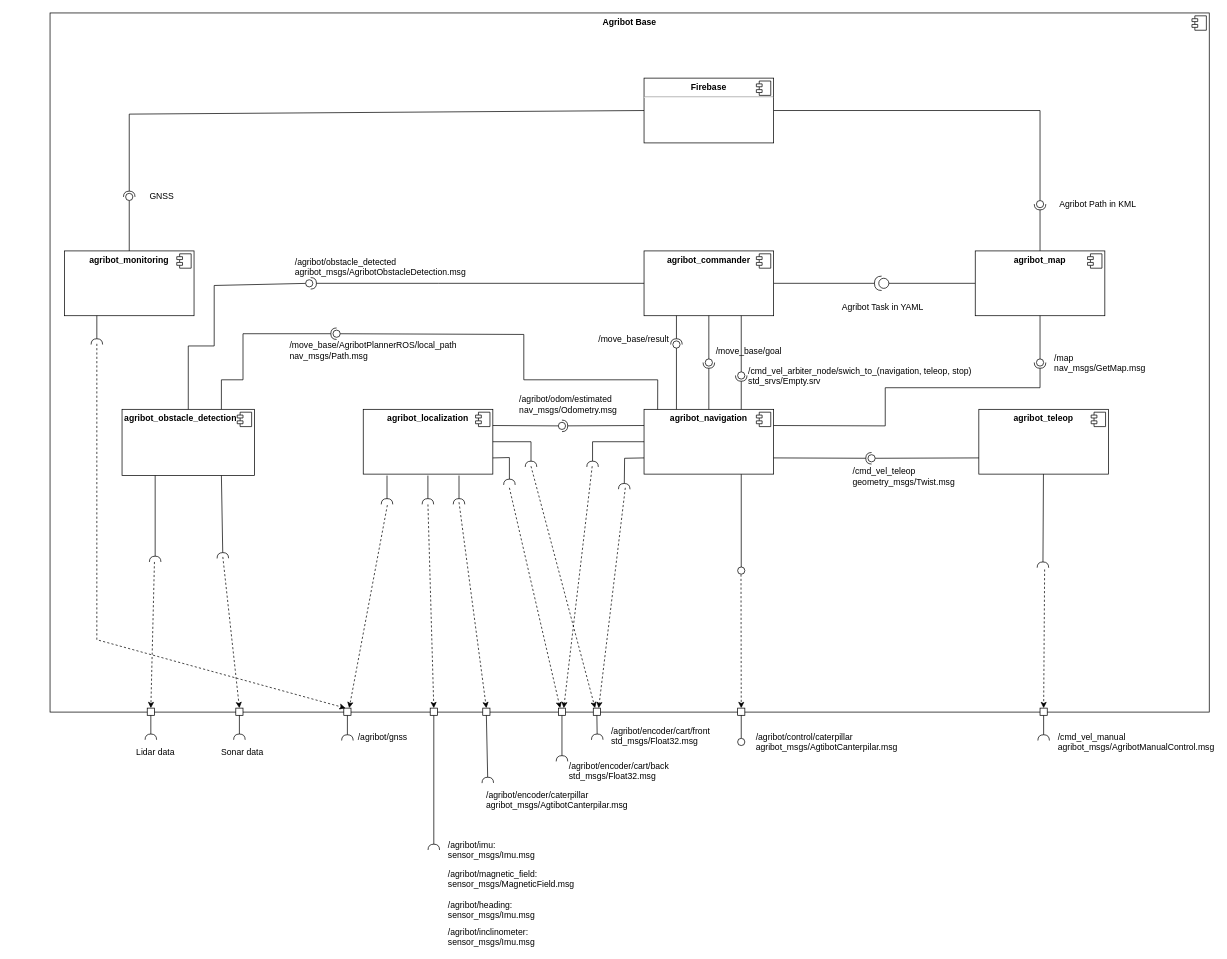
The draw.io diagram doc/architecture.drawio in agribot-2-0/agribot_base, before the edit. Source tidied: cells renumbered, new cells numbered last; positions are measured from the earlier drawing's top-left corner, leaving out a move shared by most shapes. Both pictures are drawn from the tidied source at 72%, with x=0, y=0 at pixel (50, 12).
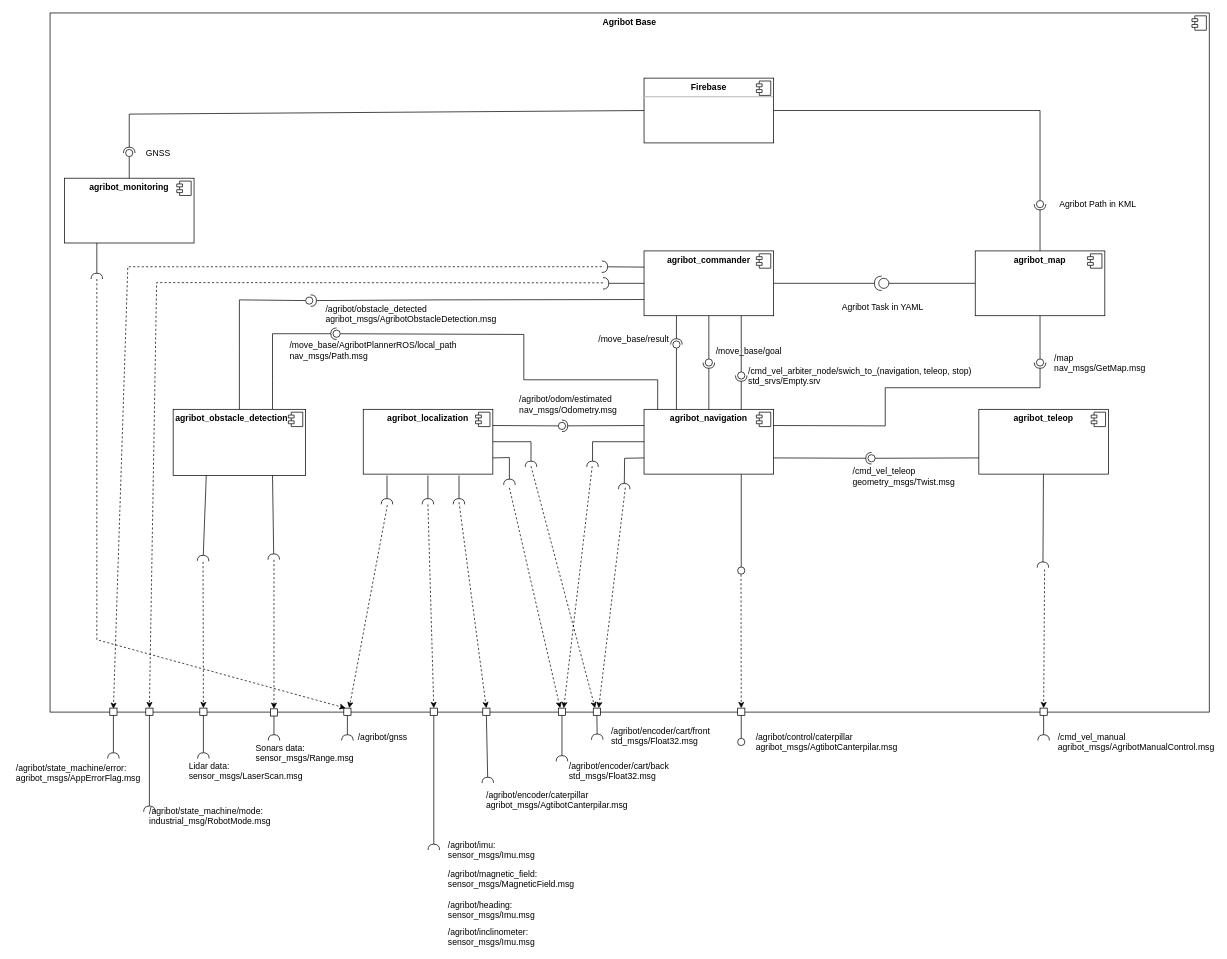
After the change.

The change refers to these unchanged cells:
```xml
<mxCell id="2" value="&lt;p style=&quot;margin: 0px ; margin-top: 6px ; text-align: center&quot;&gt;&lt;b&gt;Agribot Base&lt;/b&gt;&lt;/p&gt;" style="align=left;overflow=fill;html=1;" parent="1" vertex="1">
  <mxGeometry y="0.5" width="1610" height="971" as="geometry" />
</mxCell>
<mxCell id="19" value="&lt;p style=&quot;margin: 0px ; margin-top: 6px ; text-align: center&quot;&gt;&lt;b&gt;agribot_commander&lt;/b&gt;&lt;/p&gt;" style="align=left;overflow=fill;html=1;" parent="1" vertex="1">
  <mxGeometry x="825" y="331" width="180" height="90" as="geometry" />
</mxCell>
<mxCell id="72" style="rounded=0;whiteSpace=wrap;html=1;align=left;" parent="1" vertex="1">
  <mxGeometry x="408" y="966" width="10" height="10" as="geometry" />
</mxCell>
<mxCell id="115" style="ellipse;whiteSpace=wrap;html=1;fontFamily=Helvetica;fontSize=12;fontColor=#000000;align=center;strokeColor=#000000;fillColor=#ffffff;points=[];" parent="1" vertex="1">
  <mxGeometry x="393" y="441" width="10" height="10" as="geometry" />
</mxCell>
```

Change to the diagram source:
```diff
@@
     <mxCell id="21" value="&lt;p style=&quot;margin: 0px ; margin-top: 6px ; text-align: center&quot;&gt;&lt;b&gt;agribot_monitoring&lt;/b&gt;&lt;/p&gt;" style="align=left;overflow=fill;html=1;" parent="1" vertex="1">
-      <mxGeometry x="20" y="331" width="180" height="90" as="geometry" />
+      <mxGeometry x="20" y="230" width="180" height="90" as="geometry" />
     </mxCell>
@@
     <mxCell id="25" style="ellipse;whiteSpace=wrap;html=1;fontFamily=Helvetica;fontSize=12;fontColor=#000000;align=center;strokeColor=#000000;fillColor=#ffffff;points=[];" parent="1" vertex="1">
-      <mxGeometry x="105" y="251" width="10" height="10" as="geometry" />
+      <mxGeometry x="105" y="190" width="10" height="10" as="geometry" />
     </mxCell>
     <mxCell id="26" value="GNSS" style="text;html=1;align=center;verticalAlign=middle;" parent="1" vertex="1">
-      <mxGeometry x="130" y="246" width="50" height="20" as="geometry" />
+      <mxGeometry x="125" y="185" width="50" height="20" as="geometry" />
     </mxCell>
@@
     <mxCell id="33" value="&lt;p style=&quot;margin: 6px 0px 0px&quot;&gt;&lt;b&gt;&amp;nbsp;agribot_obstacle_detection&lt;/b&gt;&lt;/p&gt;" style="align=left;overflow=fill;html=1;" parent="1" vertex="1">
-      <mxGeometry x="100" y="551" width="184" height="92" as="geometry" />
+      <mxGeometry x="171" y="551" width="184" height="92" as="geometry" />
     </mxCell>
@@
     <mxCell id="46" style="rounded=0;jettySize=auto;html=1;endArrow=none;endFill=0;exitX=0.5;exitY=0;exitDx=0;exitDy=0;" parent="1" edge="1" source="33" target="48">
       <mxGeometry relative="1" as="geometry">
         <Array as="points">
-          <mxPoint x="192" y="463" />
-          <mxPoint x="228" y="463" />
-          <mxPoint x="228" y="379" />
+          <mxPoint x="263" y="463" />
+          <mxPoint x="263" y="399" />
         </Array>
       </mxGeometry>
     </mxCell>
-    <mxCell id="47" style="rounded=0;jettySize=auto;html=1;endArrow=halfCircle;endFill=0;endSize=6;strokeWidth=1;exitX=0;exitY=0.5;exitDx=0;exitDy=0;entryX=0.7;entryY=0.5;entryDx=0;entryDy=0;entryPerimeter=0;" parent="1" edge="1" source="19" target="48">
+    <mxCell id="47" style="rounded=0;jettySize=auto;html=1;endArrow=halfCircle;endFill=0;endSize=6;strokeWidth=1;exitX=0;exitY=0.75;exitDx=0;exitDy=0;entryX=0.7;entryY=0.5;entryDx=0;entryDy=0;entryPerimeter=0;" parent="1" edge="1" source="19" target="48">
       <mxGeometry relative="1" as="geometry">
         <Array as="points">
-          <mxPoint x="540" y="376" />
+          <mxPoint x="540" y="399" />
         </Array>
       </mxGeometry>
     </mxCell>
     <mxCell id="48" style="ellipse;whiteSpace=wrap;html=1;fontFamily=Helvetica;fontSize=12;fontColor=#000000;align=center;strokeColor=#000000;fillColor=#ffffff;points=[];" parent="1" vertex="1">
-      <mxGeometry x="355" y="371" width="10" height="10" as="geometry" />
+      <mxGeometry x="355" y="395" width="10" height="10" as="geometry" />
     </mxCell>
     <mxCell id="49" value="/agribot/obstacle_detected&#10;agribot_msgs/AgribotObstacleDetection.msg" style="text;align=left;fontStyle=0;verticalAlign=middle;spacingLeft=3;spacingRight=3;strokeColor=none;labelBorderColor=none;" parent="1" vertex="1">
-      <mxGeometry x="335.4" y="340" width="250" height="26" as="geometry" />
+      <mxGeometry x="378" y="405" width="250" height="26" as="geometry" />
     </mxCell>
@@
-    <mxCell id="63" style="rounded=0;jettySize=auto;html=1;endArrow=halfCircle;endFill=0;entryX=0.5;entryY=0.5;entryDx=0;entryDy=0;endSize=6;strokeWidth=1;exitX=0.75;exitY=1;exitDx=0;exitDy=0;" parent="1" edge="1" source="33">
-      <mxGeometry relative="1" as="geometry">
-        <mxPoint x="240" y="758" as="targetPoint" />
-      </mxGeometry>
+    <mxCell id="63" style="rounded=0;jettySize=auto;html=1;endArrow=halfCircle;endFill=0;entryX=0.193;entryY=0.782;entryDx=0;entryDy=0;endSize=6;strokeWidth=1;exitX=0.75;exitY=1;exitDx=0;exitDy=0;entryPerimeter=0;" parent="1" edge="1" source="33" target="2">
+      <mxGeometry relative="1" as="geometry" />
     </mxCell>
-    <mxCell id="64" style="rounded=0;jettySize=auto;html=1;endArrow=halfCircle;endFill=0;endSize=6;strokeWidth=1;exitX=0.25;exitY=1;exitDx=0;exitDy=0;" parent="1" edge="1" source="33">
-      <mxGeometry relative="1" as="geometry">
-        <mxPoint x="146" y="763" as="targetPoint" />
-      </mxGeometry>
+    <mxCell id="64" style="rounded=0;jettySize=auto;html=1;endArrow=halfCircle;endFill=0;endSize=6;strokeWidth=1;exitX=0.25;exitY=1;exitDx=0;exitDy=0;entryX=0.132;entryY=0.784;entryDx=0;entryDy=0;entryPerimeter=0;" parent="1" edge="1" source="33" target="2">
+      <mxGeometry relative="1" as="geometry" />
     </mxCell>
-    <mxCell id="65" value="Lidar data" style="text;align=left;fontStyle=0;verticalAlign=middle;spacingLeft=3;spacingRight=3;strokeColor=none;labelBorderColor=none;" parent="1" vertex="1">
-      <mxGeometry x="115" y="1014" width="60" height="26" as="geometry" />
+    <mxCell id="65" value="Lidar data:&#10;sensor_msgs/LaserScan.msg" style="text;align=left;fontStyle=0;verticalAlign=middle;spacingLeft=3;spacingRight=3;strokeColor=none;labelBorderColor=none;" parent="1" vertex="1">
+      <mxGeometry x="188" y="1040" width="60" height="26" as="geometry" />
     </mxCell>
-    <mxCell id="66" value="Sonar data" style="text;align=left;fontStyle=0;verticalAlign=middle;spacingLeft=3;spacingRight=3;strokeColor=none;labelBorderColor=none;" parent="1" vertex="1">
-      <mxGeometry x="233" y="1014" width="60" height="26" as="geometry" />
+    <mxCell id="66" value="Sonars data:&#10;sensor_msgs/Range.msg" style="text;align=left;fontStyle=0;verticalAlign=middle;spacingLeft=3;spacingRight=3;strokeColor=none;labelBorderColor=none;" parent="1" vertex="1">
+      <mxGeometry x="281" y="1015" width="60" height="26" as="geometry" />
     </mxCell>
@@
     <mxCell id="74" style="rounded=0;jettySize=auto;html=1;endArrow=classic;endFill=1;startArrow=none;startFill=0;entryX=0.25;entryY=0;entryDx=0;entryDy=0;dashed=1;" parent="1" edge="1" target="72">
       <mxGeometry relative="1" as="geometry">
-        <mxPoint x="65" y="460" as="sourcePoint" />
+        <mxPoint x="65" y="370" as="sourcePoint" />
         <Array as="points">
           <mxPoint x="65" y="821" />
           <mxPoint x="65" y="871" />
         </Array>
       </mxGeometry>
     </mxCell>
@@
     <mxCell id="88" style="rounded=0;jettySize=auto;html=1;endArrow=halfCircle;endFill=0;endSize=6;strokeWidth=1;exitX=0.25;exitY=1;exitDx=0;exitDy=0;" parent="1" edge="1" source="21">
       <mxGeometry relative="1" as="geometry">
-        <mxPoint x="65" y="461" as="targetPoint" />
+        <mxPoint x="65" y="370" as="targetPoint" />
       </mxGeometry>
     </mxCell>
@@
     <mxCell id="107" style="rounded=0;whiteSpace=wrap;html=1;align=left;" parent="1" vertex="1">
-      <mxGeometry x="135" y="966" width="10" height="10" as="geometry" />
+      <mxGeometry x="208" y="966" width="10" height="10" as="geometry" />
     </mxCell>
     <mxCell id="108" style="rounded=0;whiteSpace=wrap;html=1;align=left;" parent="1" vertex="1">
-      <mxGeometry x="258" y="966" width="10" height="10" as="geometry" />
+      <mxGeometry x="306" y="967" width="10" height="10" as="geometry" />
     </mxCell>
     <mxCell id="109" style="rounded=0;jettySize=auto;html=1;endArrow=halfCircle;endFill=0;endSize=6;strokeWidth=1;exitX=0.5;exitY=1;exitDx=0;exitDy=0;" parent="1" edge="1" source="108">
       <mxGeometry relative="1" as="geometry">
-        <mxPoint x="263" y="1010" as="targetPoint" />
+        <mxPoint x="311" y="1011" as="targetPoint" />
       </mxGeometry>
     </mxCell>
     <mxCell id="110" style="rounded=0;jettySize=auto;html=1;endArrow=halfCircle;endFill=0;endSize=6;strokeWidth=1;exitX=0.5;exitY=1;exitDx=0;exitDy=0;" parent="1" edge="1" source="107">
       <mxGeometry relative="1" as="geometry">
-        <mxPoint x="140" y="1010" as="targetPoint" />
+        <mxPoint x="213" y="1036" as="targetPoint" />
       </mxGeometry>
     </mxCell>
     <mxCell id="111" style="rounded=0;jettySize=auto;html=1;endArrow=classic;endFill=1;startArrow=none;startFill=0;entryX=0.5;entryY=0;entryDx=0;entryDy=0;dashed=1;" parent="1" edge="1" target="108">
       <mxGeometry relative="1" as="geometry">
-        <mxPoint x="240" y="756" as="sourcePoint" />
+        <mxPoint x="311" y="760" as="sourcePoint" />
       </mxGeometry>
     </mxCell>
-    <mxCell id="112" style="rounded=0;jettySize=auto;html=1;endArrow=classic;endFill=1;startArrow=none;startFill=0;entryX=0.5;entryY=0;entryDx=0;entryDy=0;dashed=1;" parent="1" edge="1" target="107">
-      <mxGeometry relative="1" as="geometry">
-        <mxPoint x="145" y="763" as="sourcePoint" />
-      </mxGeometry>
+    <mxCell id="112" style="rounded=0;jettySize=auto;html=1;endArrow=classic;endFill=1;startArrow=none;startFill=0;entryX=0.5;entryY=0;entryDx=0;entryDy=0;dashed=1;exitX=0.132;exitY=0.785;exitDx=0;exitDy=0;exitPerimeter=0;" parent="1" edge="1" source="2" target="107">
+      <mxGeometry relative="1" as="geometry" />
     </mxCell>
@@
     <mxCell id="114" style="rounded=0;jettySize=auto;html=1;endArrow=halfCircle;endFill=0;entryX=0.5;entryY=0.5;entryDx=0;entryDy=0;endSize=6;strokeWidth=1;exitX=0.75;exitY=0;exitDx=0;exitDy=0;" parent="1" edge="1" source="33" target="115">
       <mxGeometry relative="1" as="geometry">
         <Array as="points">
-          <mxPoint x="238" y="510" />
-          <mxPoint x="268" y="510" />
-          <mxPoint x="268" y="446" />
+          <mxPoint x="309" y="510" />
+          <mxPoint x="309" y="446" />
         </Array>
       </mxGeometry>
     </mxCell>
@@
+    <mxCell id="120" style="rounded=0;jettySize=auto;html=1;endArrow=halfCircle;endFill=0;endSize=6;strokeWidth=1;exitX=0;exitY=0.25;exitDx=0;exitDy=0;entryX=0.476;entryY=0.363;entryDx=0;entryDy=0;entryPerimeter=0;" parent="1" edge="1" source="19" target="2">
+      <mxGeometry relative="1" as="geometry" />
+    </mxCell>
+    <mxCell id="121" style="rounded=0;jettySize=auto;html=1;endArrow=halfCircle;endFill=0;endSize=6;strokeWidth=1;exitX=0;exitY=0.5;exitDx=0;exitDy=0;" parent="1" edge="1" source="19">
+      <mxGeometry relative="1" as="geometry">
+        <mxPoint x="768" y="376" as="targetPoint" />
+      </mxGeometry>
+    </mxCell>
+    <mxCell id="122" style="rounded=0;jettySize=auto;html=1;endArrow=classic;endFill=1;startArrow=none;startFill=0;entryX=0.5;entryY=0;entryDx=0;entryDy=0;dashed=1;exitX=0.477;exitY=0.386;exitDx=0;exitDy=0;exitPerimeter=0;" parent="1" edge="1" source="2">
+      <mxGeometry relative="1" as="geometry">
+        <mxPoint x="138" y="966" as="targetPoint" />
+        <Array as="points">
+          <mxPoint x="148" y="375" />
+        </Array>
+      </mxGeometry>
+    </mxCell>
+    <mxCell id="123" style="rounded=0;jettySize=auto;html=1;endArrow=classic;endFill=1;startArrow=none;startFill=0;entryX=0.5;entryY=0;entryDx=0;entryDy=0;dashed=1;exitX=0.476;exitY=0.363;exitDx=0;exitDy=0;exitPerimeter=0;" parent="1" edge="1" source="2">
+      <mxGeometry relative="1" as="geometry">
+        <mxPoint x="88" y="967" as="targetPoint" />
+        <Array as="points">
+          <mxPoint x="108" y="353" />
+        </Array>
+      </mxGeometry>
+    </mxCell>
+    <mxCell id="124" style="rounded=0;whiteSpace=wrap;html=1;align=left;" parent="1" vertex="1">
+      <mxGeometry x="133" y="966" width="10" height="10" as="geometry" />
+    </mxCell>
+    <mxCell id="125" style="rounded=0;jettySize=auto;html=1;endArrow=halfCircle;endFill=0;endSize=6;strokeWidth=1;exitX=0.5;exitY=1;exitDx=0;exitDy=0;" parent="1" edge="1" source="124">
+      <mxGeometry relative="1" as="geometry">
+        <mxPoint x="138" y="1110" as="targetPoint" />
+      </mxGeometry>
+    </mxCell>
+    <mxCell id="126" style="rounded=0;whiteSpace=wrap;html=1;align=left;" parent="1" vertex="1">
+      <mxGeometry x="83" y="966" width="10" height="10" as="geometry" />
+    </mxCell>
+    <mxCell id="127" style="rounded=0;jettySize=auto;html=1;endArrow=halfCircle;endFill=0;endSize=6;strokeWidth=1;exitX=0.5;exitY=1;exitDx=0;exitDy=0;" parent="1" edge="1" source="126">
+      <mxGeometry relative="1" as="geometry">
+        <mxPoint x="88" y="1036" as="targetPoint" />
+      </mxGeometry>
+    </mxCell>
+    <mxCell id="128" value="/agribot/state_machine/mode:&#10;industrial_msg/RobotMode.msg&#10;" style="text;align=left;fontStyle=0;verticalAlign=middle;spacingLeft=3;spacingRight=3;strokeColor=none;labelBorderColor=none;" parent="1" vertex="1">
+      <mxGeometry x="133" y="1110" width="195" height="26" as="geometry" />
+    </mxCell>
+    <mxCell id="129" value="/agribot/state_machine/error:&#10;agribot_msgs/AppErrorFlag.msg&#10;" style="text;align=left;fontStyle=0;verticalAlign=middle;spacingLeft=3;spacingRight=3;strokeColor=none;labelBorderColor=none;" parent="1" vertex="1">
+      <mxGeometry x="-52" y="1050" width="195" height="26" as="geometry" />
+    </mxCell>
```
